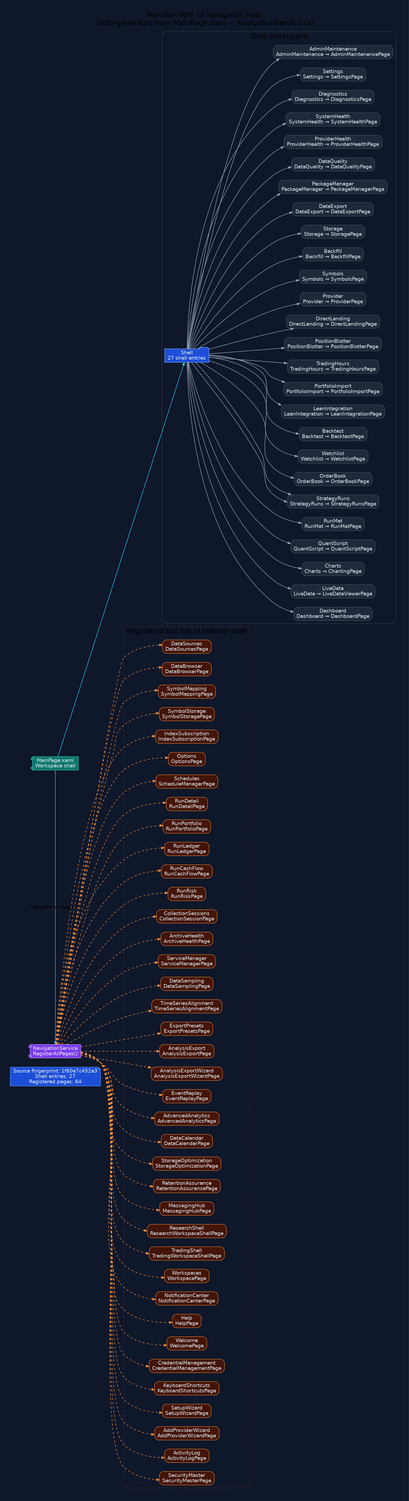
Above: docs/diagrams/ui-navigation-map.png in rodoHasArrived/Meridian-main (Graphviz), before the change. Its source is kept beside it as docs/diagrams/ui-navigation-map.dot.
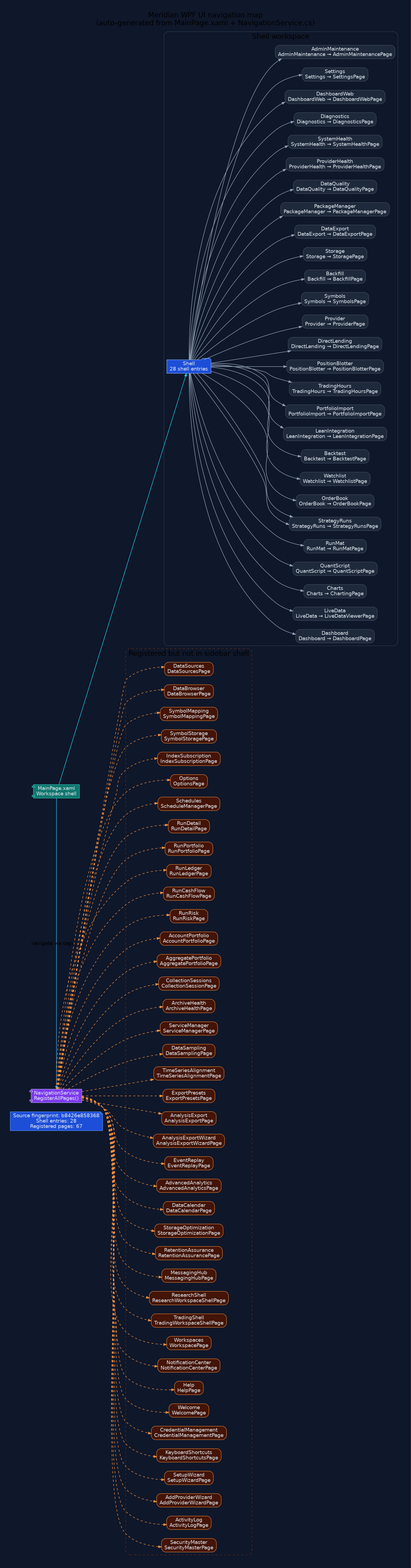
The same diagram one commit later.

The edit, as a diff of the source:
```diff
@@ -13,7 +13,7 @@
   node [fontname="Segoe UI", shape=box, style="rounded,filled", color="#475569", fontcolor="#e2e8f0", fillcolor="#1e293b"];
   edge [fontname="Segoe UI", color="#94a3b8", penwidth=1.3, arrowsize=0.8];
 
-  generated [shape=note, fillcolor="#1d4ed8", color="#60a5fa", label="Source fingerprint: 1f60e7c452a3\nShell entries: 27\nRegistered pages: 64"];
+  generated [shape=note, fillcolor="#1d4ed8", color="#60a5fa", label="Source fingerprint: b8426e858368\nShell entries: 28\nRegistered pages: 67"];
   shell [shape=component, fillcolor="#0f766e", color="#2dd4bf", label="MainPage.xaml\nWorkspace shell"];
   navigation [shape=component, fillcolor="#7c3aed", color="#c4b5fd", label="NavigationService\nRegisterAllPages()"];
   shell -> navigation [label="navigate via tags", color="#38bdf8"];
@@ -22,7 +22,7 @@
     label="Shell workspace";
     color="#334155";
     style="rounded";
-    workspace_1 [shape=folder, fillcolor="#1d4ed8", color="#93c5fd", label="Shell\n27 shell entries"];
+    workspace_1 [shape=folder, fillcolor="#1d4ed8", color="#93c5fd", label="Shell\n28 shell entries"];
     shell -> workspace_1 [color="#22d3ee"];
     page_Dashboard [label="Dashboard\nDashboard → DashboardPage", fillcolor="#1e293b"];
     workspace_1 -> page_Dashboard;
@@ -74,6 +74,8 @@
     workspace_1 -> page_SystemHealth;
     page_Diagnostics [label="Diagnostics\nDiagnostics → DiagnosticsPage", fillcolor="#1e293b"];
     workspace_1 -> page_Diagnostics;
+    page_DashboardWeb [label="DashboardWeb\nDashboardWeb → DashboardWebPage", fillcolor="#1e293b"];
+    workspace_1 -> page_DashboardWeb;
     page_Settings [label="Settings\nSettings → SettingsPage", fillcolor="#1e293b"];
     workspace_1 -> page_Settings;
     page_AdminMaintenance [label="AdminMaintenance\nAdminMaintenance → AdminMaintenancePage", fillcolor="#1e293b"];
@@ -108,6 +110,10 @@
     navigation -> hidden_RunCashFlow [style=dashed, color="#fb923c"];
     hidden_RunRisk [label="RunRisk\nRunRiskPage", fillcolor="#431407", color="#fb923c"];
     navigation -> hidden_RunRisk [style=dashed, color="#fb923c"];
+    hidden_AccountPortfolio [label="AccountPortfolio\nAccountPortfolioPage", fillcolor="#431407", color="#fb923c"];
+    navigation -> hidden_AccountPortfolio [style=dashed, color="#fb923c"];
+    hidden_AggregatePortfolio [label="AggregatePortfolio\nAggregatePortfolioPage", fillcolor="#431407", color="#fb923c"];
+    navigation -> hidden_AggregatePortfolio [style=dashed, color="#fb923c"];
     hidden_CollectionSessions [label="CollectionSessions\nCollectionSessionPage", fillcolor="#431407", color="#fb923c"];
     navigation -> hidden_CollectionSessions [style=dashed, color="#fb923c"];
     hidden_ArchiveHealth [label="ArchiveHealth\nArchiveHealthPage", fillcolor="#431407", color="#fb923c"];
```
